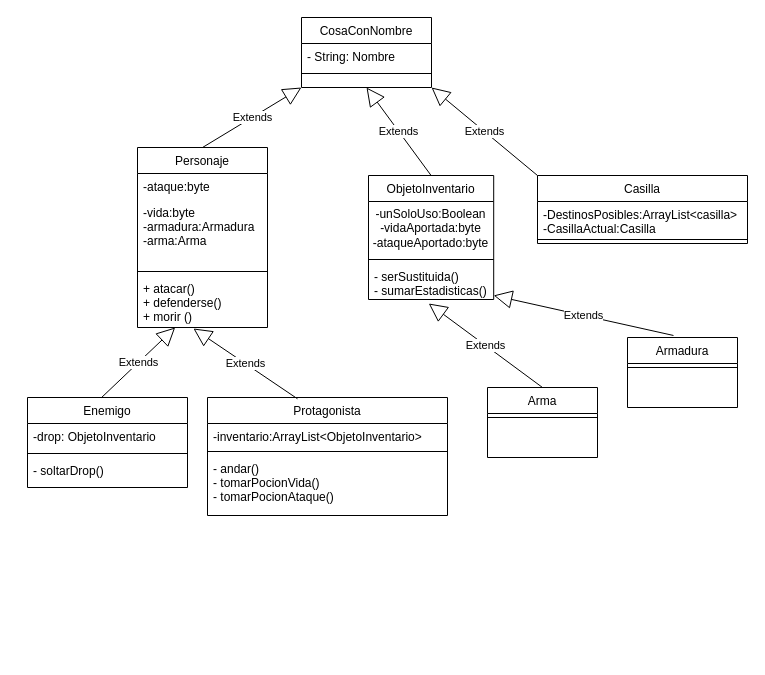
The draw.io diagram diagramas/DiagramaDeClasesProyecto.drawio in SrAlex16/ProyectoProgramacion, before the edit. Source tidied: cells renumbered, new cells numbered last; positions are measured from the earlier drawing's top-left corner, leaving out a move shared by most shapes. Both pictures are drawn from the tidied source at 100%, with x=0, y=0 at pixel (27, 17).
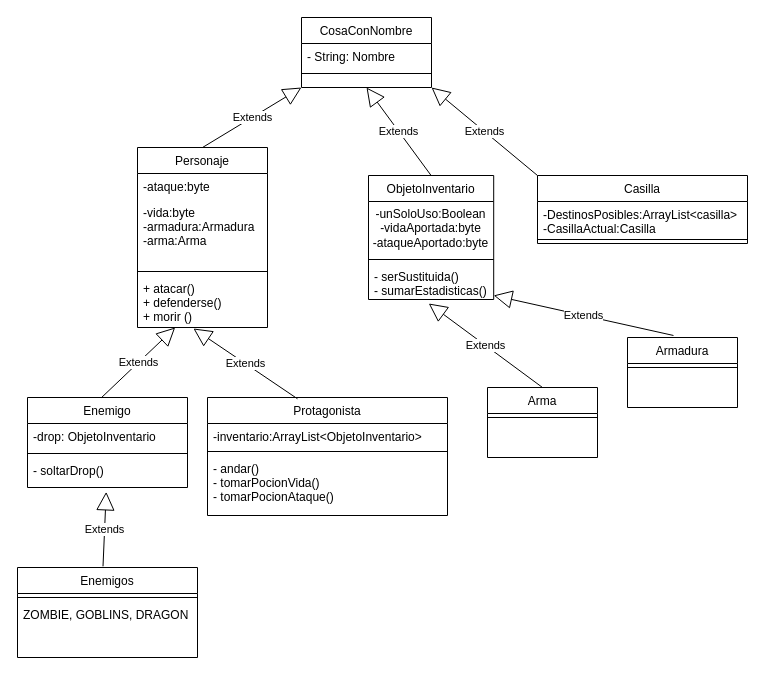
The same page after the edit.

The change refers to these unchanged cells:
```xml
<mxCell id="10" value="- soltarDrop()" style="text;align=left;verticalAlign=top;spacingLeft=4;spacingRight=4;overflow=hidden;points=[[0,0.5],[1,0.5]];portConstraint=eastwest;" parent="7" vertex="1">
  <mxGeometry y="60" width="160" height="30" as="geometry" />
</mxCell>
```

Change to the diagram source:
```diff
@@
+    <mxCell id="36" value="Enemigos&#10;" style="swimlane;fontStyle=0;align=center;verticalAlign=top;horizontal=1;startSize=26;rounded=0;shadow=0;strokeWidth=1;" parent="1" vertex="1">
+      <mxGeometry x="-10" y="550" width="180" height="90" as="geometry" />
+    </mxCell>
+    <mxCell id="37" style="line;html=1;strokeWidth=1;align=left;verticalAlign=middle;spacingTop=-1;spacingLeft=3;spacingRight=3;labelPosition=right;" parent="36" vertex="1">
+      <mxGeometry y="26" width="180" height="8" as="geometry" />
+    </mxCell>
+    <mxCell id="38" value="ZOMBIE, GOBLINS, DRAGON" style="text;align=left;verticalAlign=top;spacingLeft=4;spacingRight=4;overflow=hidden;" parent="36" vertex="1">
+      <mxGeometry y="34" width="180" height="30" as="geometry" />
+    </mxCell>
+    <mxCell id="39" value="Extends" style="endArrow=block;endSize=16;endFill=0;html=1;exitX=0.475;exitY=-0.013;exitDx=0;exitDy=0;exitPerimeter=0;entryX=0.492;entryY=1.145;entryDx=0;entryDy=0;entryPerimeter=0;" parent="1" edge="1" source="36" target="10">
+      <mxGeometry relative="1" as="geometry" />
+    </mxCell>
```
